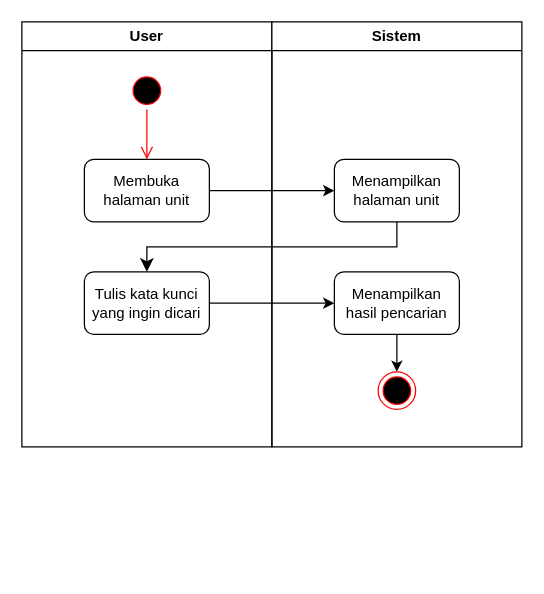
This is DOKUMENTASI IDMS/unit/cariunit.drawio from rismanrhz/idms, a draw.io file, before an edit. Source tidied: cells renumbered, new cells numbered last; positions are measured from the earlier drawing's top-left corner, leaving out a move shared by most shapes. Both pictures are drawn from the tidied source at 125%, with x=0, y=0 at pixel (21, 21).
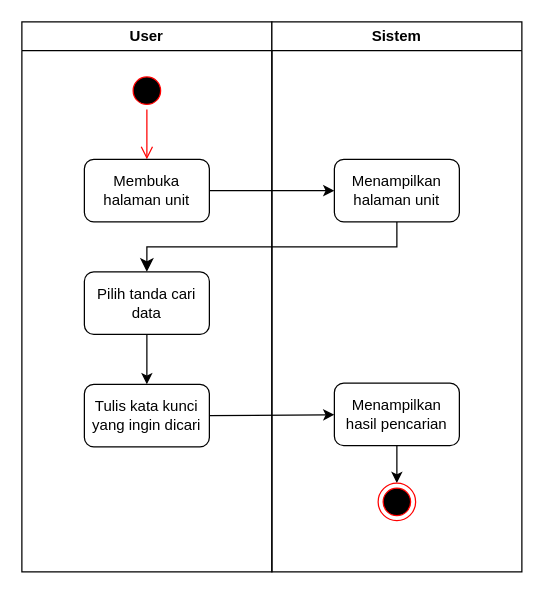
After the change.

Change to the diagram source:
```diff
@@
 <mxGraphModel>
   <root>
     <mxCell id="0" />
     <mxCell id="1" parent="0" />
     <mxCell id="2" value="User" style="swimlane;whiteSpace=wrap;html=1;" parent="1" vertex="1">
-      <mxGeometry width="200" height="340" as="geometry" />
+      <mxGeometry width="200" height="440" as="geometry" />
     </mxCell>
     <mxCell id="3" style="ellipse;html=1;shape=startState;fillColor=#000000;strokeColor=#ff0000;" parent="2" vertex="1">
       <mxGeometry x="85" y="40" width="30" height="30" as="geometry" />
     </mxCell>
     <mxCell id="4" style="edgeStyle=orthogonalEdgeStyle;html=1;verticalAlign=bottom;endArrow=open;endSize=8;strokeColor=#ff0000;entryX=0.5;entryY=0;entryDx=0;entryDy=0;" parent="2" edge="1" source="3" target="5">
       <mxGeometry relative="1" as="geometry" />
     </mxCell>
     <mxCell id="5" value="Membuka halaman unit" style="rounded=1;whiteSpace=wrap;html=1;" parent="2" vertex="1">
       <mxGeometry x="50" y="110" width="100" height="50" as="geometry" />
     </mxCell>
+    <mxCell id="15" style="edgeStyle=none;html=1;" parent="2" edge="1" source="6" target="16">
+      <mxGeometry relative="1" as="geometry" />
+    </mxCell>
-    <mxCell id="6" value="Tulis kata kunci yang ingin dicari" style="rounded=1;whiteSpace=wrap;html=1;" parent="2" vertex="1">
+    <mxCell id="6" value="Pilih tanda cari data" style="rounded=1;whiteSpace=wrap;html=1;" parent="2" vertex="1">
       <mxGeometry x="50" y="200" width="100" height="50" as="geometry" />
     </mxCell>
+    <mxCell id="16" value="Tulis kata kunci yang ingin dicari" style="rounded=1;whiteSpace=wrap;html=1;" parent="2" vertex="1">
+      <mxGeometry x="50" y="290" width="100" height="50" as="geometry" />
+    </mxCell>
     <mxCell id="7" value="Sistem" style="swimlane;whiteSpace=wrap;html=1;" parent="1" vertex="1">
-      <mxGeometry x="200" width="200" height="340" as="geometry" />
+      <mxGeometry x="200" width="200" height="440" as="geometry" />
     </mxCell>
     <mxCell id="8" value="Menampilkan halaman unit" style="rounded=1;whiteSpace=wrap;html=1;" parent="7" vertex="1">
       <mxGeometry x="50" y="110" width="100" height="50" as="geometry" />
     </mxCell>
     <mxCell id="9" style="edgeStyle=none;html=1;" parent="7" edge="1" source="10" target="11">
       <mxGeometry relative="1" as="geometry" />
     </mxCell>
     <mxCell id="10" value="Menampilkan hasil pencarian" style="rounded=1;whiteSpace=wrap;html=1;" parent="7" vertex="1">
-      <mxGeometry x="50" y="200" width="100" height="50" as="geometry" />
+      <mxGeometry x="50" y="289" width="100" height="50" as="geometry" />
     </mxCell>
     <mxCell id="11" style="ellipse;html=1;shape=endState;fillColor=#000000;strokeColor=#ff0000;" parent="7" vertex="1">
-      <mxGeometry x="85" y="280" width="30" height="30" as="geometry" />
+      <mxGeometry x="85" y="369" width="30" height="30" as="geometry" />
     </mxCell>
     <mxCell id="12" style="edgeStyle=none;html=1;" parent="1" edge="1" source="5" target="8">
       <mxGeometry relative="1" as="geometry" />
     </mxCell>
     <mxCell id="13" style="edgeStyle=elbowEdgeStyle;elbow=vertical;endArrow=classic;html=1;curved=0;rounded=0;endSize=8;startSize=8;exitX=0.5;exitY=1;exitDx=0;exitDy=0;entryX=0.5;entryY=0;entryDx=0;entryDy=0;" parent="1" edge="1" source="8" target="6">
       <mxGeometry relative="1" as="geometry" />
     </mxCell>
-    <mxCell id="14" style="edgeStyle=none;html=1;" parent="1" edge="1" source="6" target="10">
+    <mxCell id="14" style="edgeStyle=none;html=1;exitX=1;exitY=0.5;exitDx=0;exitDy=0;" parent="1" edge="1" source="16" target="10">
       <mxGeometry relative="1" as="geometry" />
     </mxCell>
   </root>
 </mxGraphModel>
```
